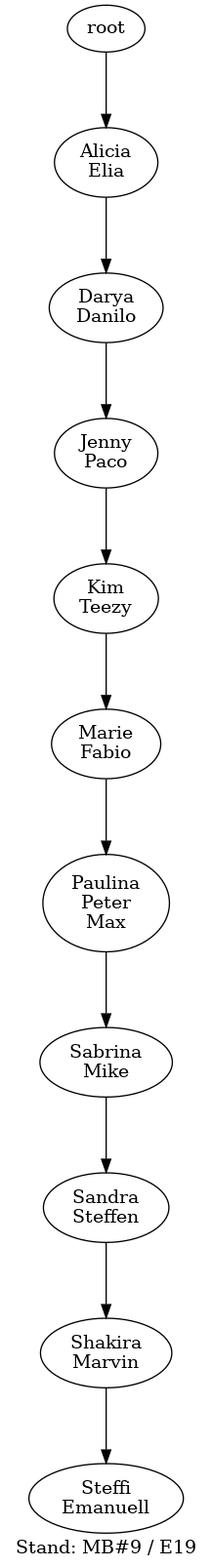
Earlier version of the Graphviz export s03r/s03r.png (atticus-sullivan/sim-ayto). Its source is kept beside it as s03r/s03r.dot.
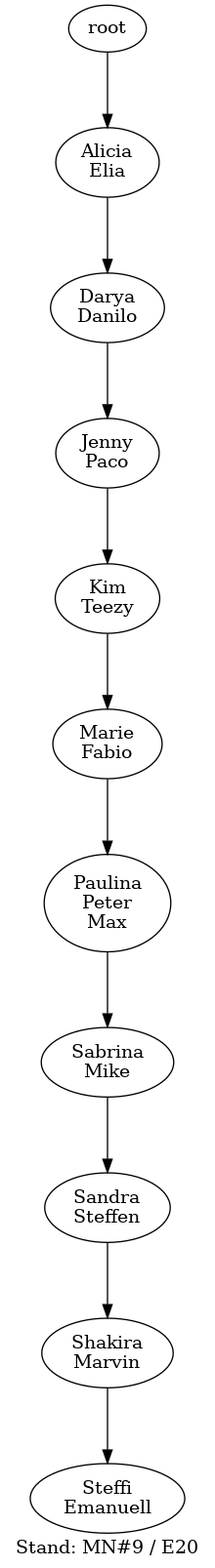
After the change.

What changed in the source:
```diff
@@ -1,4 +1,4 @@
-digraph D { labelloc="b"; label="Stand: MB#9 / E19"; ranksep=0.8;
+digraph D { labelloc="b"; label="Stand: MN#9 / E20"; ranksep=0.8;
 "root/1"[label="Alicia\nElia"]
 "root" -> "root/1";
 "root/1/0"[label="Darya\nDanilo"]
```
